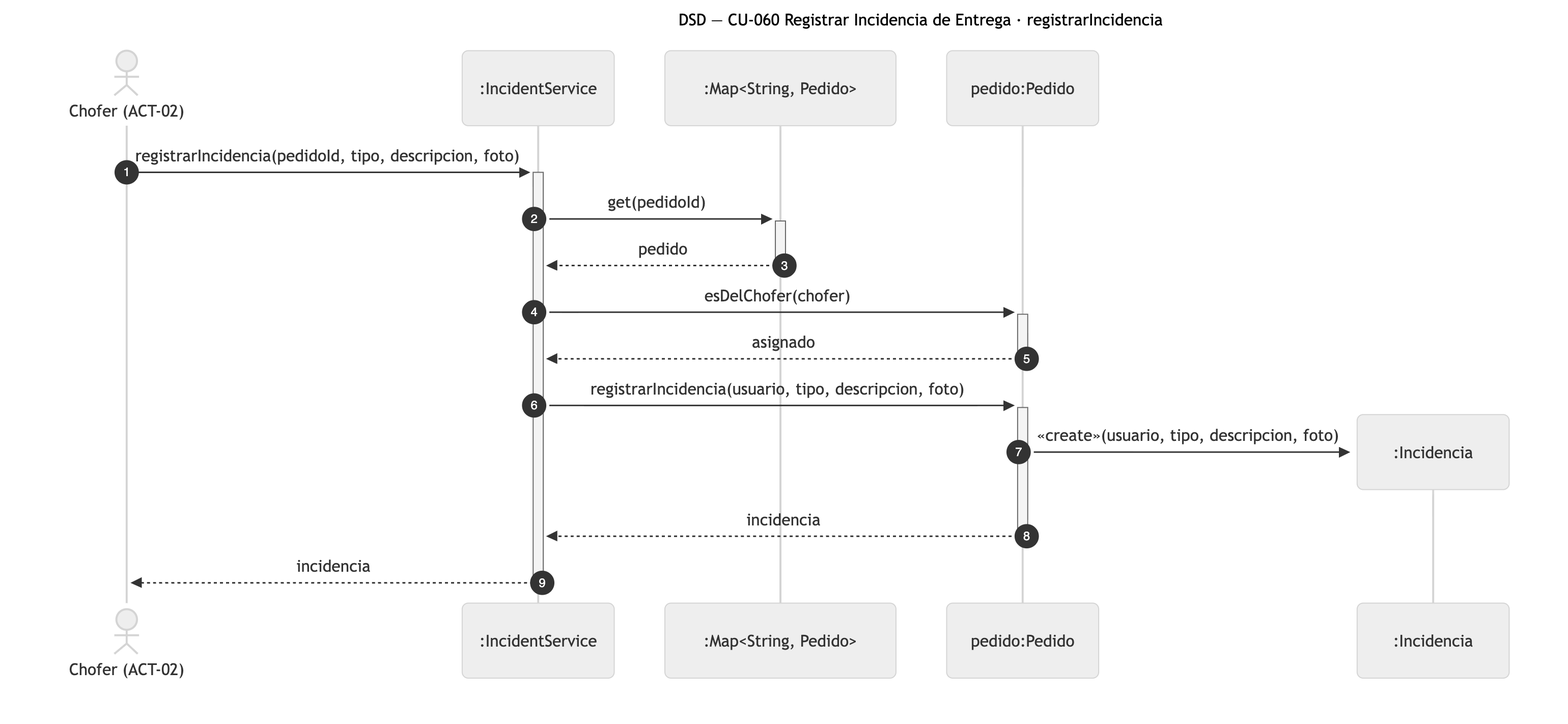
Before: diagramas/png/DSD_CU-060_registrarIncidencia.png, a diagram exported from Mermaid (Nahuelito-Dev/splg-docs). Its source is kept beside it as diagramas/DSD_CU-060_registrarIncidencia.mmd. Source of this version:
```mermaid
sequenceDiagram
    title DSD — CU-060 Registrar Incidencia de Entrega · registrarIncidencia
    autonumber
    actor CHF as Chofer (ACT-02)
    participant SRV as :IncidentService
    participant PEDS as :Map#lt;String, Pedido#gt;
    participant PED as pedido:Pedido

    CHF->>+SRV: registrarIncidencia(pedidoId, tipo, descripcion, foto)
    SRV->>+PEDS: get(pedidoId)
    PEDS-->>-SRV: pedido
    SRV->>+PED: esDelChofer(chofer)
    PED-->>-SRV: asignado
    SRV->>+PED: registrarIncidencia(usuario, tipo, descripcion, foto)
    create participant INC as :Incidencia
    PED->>INC: «create»(usuario, tipo, descripcion, foto)
    PED-->>-SRV: incidencia
    SRV-->>-CHF: incidencia
```
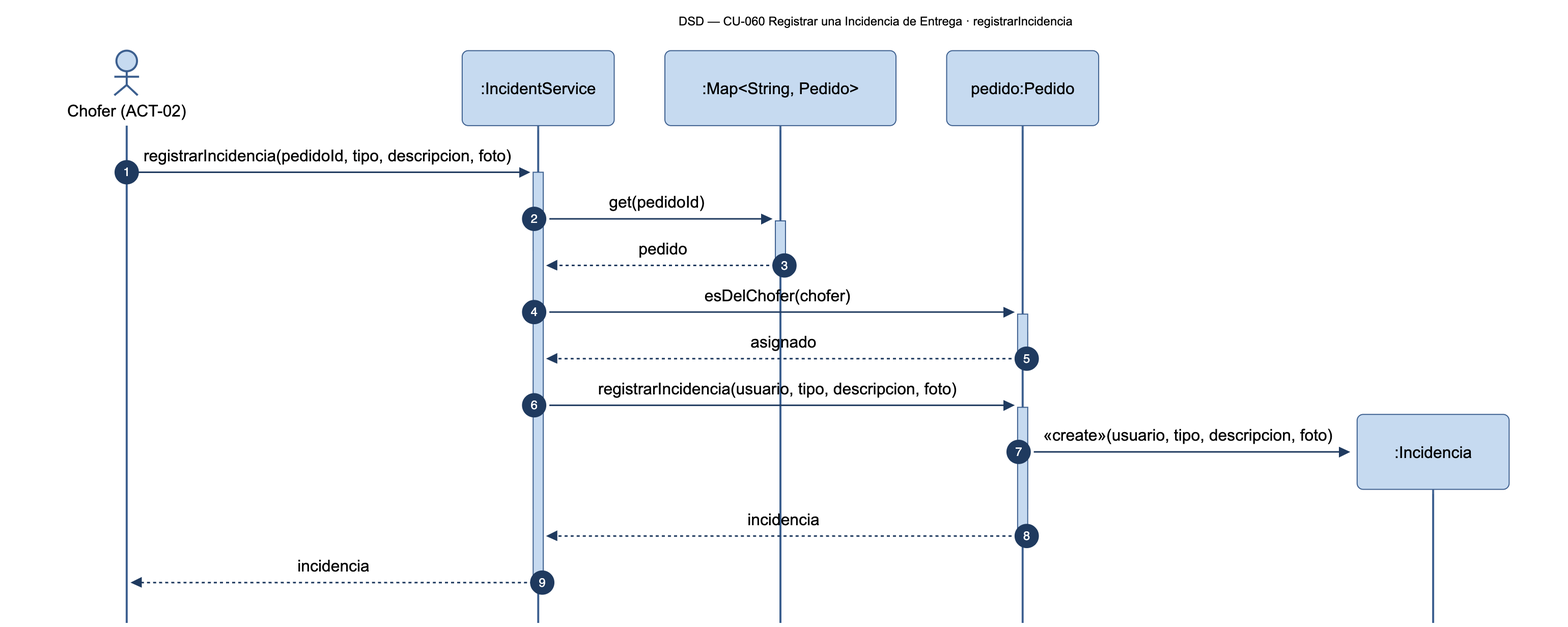
The same diagram one commit later.

The edit, as a diff of the source:
```diff
@@ -1,5 +1,5 @@
 sequenceDiagram
-    title DSD — CU-060 Registrar Incidencia de Entrega · registrarIncidencia
+    title DSD — CU-060 Registrar una Incidencia de Entrega · registrarIncidencia
     autonumber
     actor CHF as Chofer (ACT-02)
     participant SRV as :IncidentService
```
